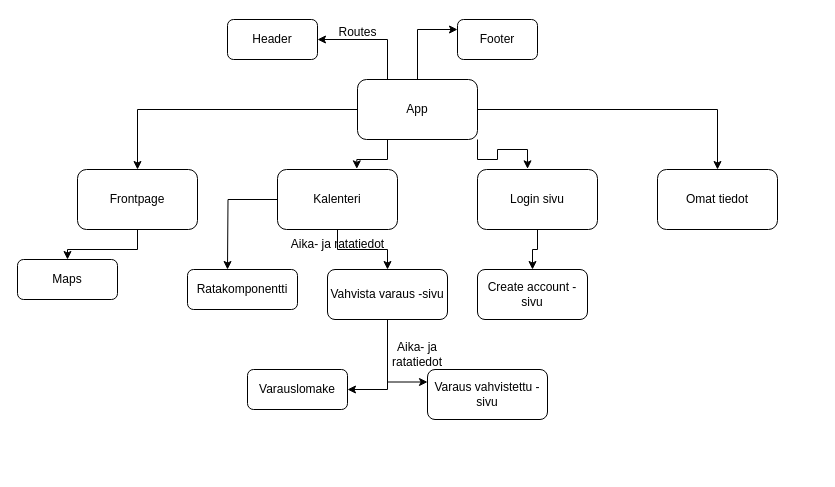
Earlier version of the draw.io diagram component-hierarchy.drawio (SauliHa/Reservation-system). Source tidied: cells renumbered, new cells numbered last; positions are measured from the earlier drawing's top-left corner, leaving out a move shared by most shapes. Both pictures are drawn from the tidied source at 100%, with x=0, y=0 at pixel (17, 17).
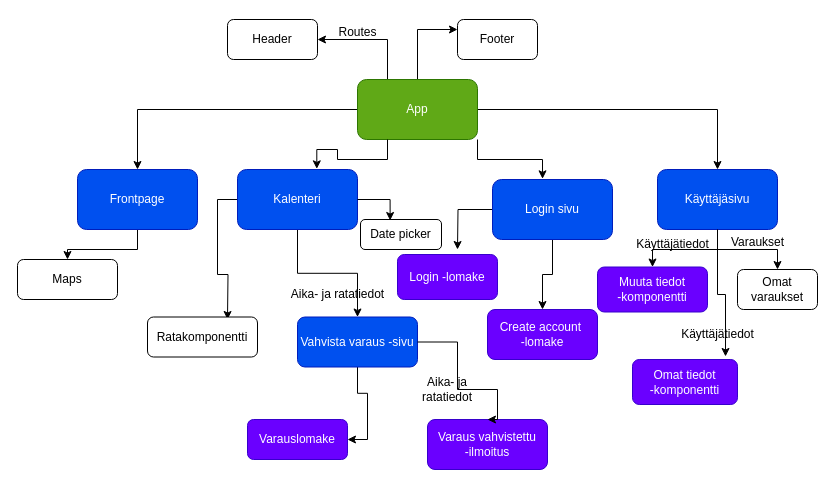
The same page after the edit.

Diff of the diagram source:
```diff
@@
-    <mxCell id="6" value="App" style="rounded=1;whiteSpace=wrap;html=1;" parent="1" vertex="1">
+    <mxCell id="6" value="App" style="rounded=1;whiteSpace=wrap;html=1;fillColor=#60a917;fontColor=#ffffff;strokeColor=#2D7600;" parent="1" vertex="1">
       <mxGeometry x="340" y="62" width="120" height="60" as="geometry" />
     </mxCell>
@@
-    <mxCell id="8" value="Frontpage" style="rounded=1;whiteSpace=wrap;html=1;" parent="1" vertex="1">
+    <mxCell id="8" value="Frontpage" style="rounded=1;whiteSpace=wrap;html=1;fillColor=#0050ef;fontColor=#ffffff;strokeColor=#001DBC;" parent="1" vertex="1">
       <mxGeometry x="60" y="152" width="120" height="60" as="geometry" />
     </mxCell>
@@
     <mxCell id="10" style="edgeStyle=orthogonalEdgeStyle;rounded=0;jettySize=auto;html=1;" parent="1" edge="1" source="11">
       <mxGeometry relative="1" as="geometry">
-        <mxPoint x="210" y="252" as="targetPoint" />
+        <mxPoint x="210" y="302" as="targetPoint" />
       </mxGeometry>
     </mxCell>
-    <mxCell id="11" value="Kalenteri" style="rounded=1;whiteSpace=wrap;html=1;" parent="1" vertex="1">
-      <mxGeometry x="260" y="152" width="120" height="60" as="geometry" />
+    <mxCell id="11" value="Kalenteri" style="rounded=1;whiteSpace=wrap;html=1;fillColor=#0050ef;fontColor=#ffffff;strokeColor=#001DBC;" parent="1" vertex="1">
+      <mxGeometry x="220" y="152" width="120" height="60" as="geometry" />
     </mxCell>
@@
+    <mxCell id="30" style="edgeStyle=orthogonalEdgeStyle;rounded=0;jettySize=auto;html=1;" parent="1" edge="1" source="13">
+      <mxGeometry relative="1" as="geometry">
+        <mxPoint x="440" y="232" as="targetPoint" />
+      </mxGeometry>
+    </mxCell>
-    <mxCell id="13" value="Login sivu" style="rounded=1;whiteSpace=wrap;html=1;" parent="1" vertex="1">
-      <mxGeometry x="460" y="152" width="120" height="60" as="geometry" />
+    <mxCell id="13" value="Login sivu" style="rounded=1;whiteSpace=wrap;html=1;fillColor=#0050ef;fontColor=#ffffff;strokeColor=#001DBC;" parent="1" vertex="1">
+      <mxGeometry x="475" y="162" width="120" height="60" as="geometry" />
     </mxCell>
+    <mxCell id="31" style="edgeStyle=orthogonalEdgeStyle;rounded=0;jettySize=auto;html=1;" parent="1" edge="1" source="14" target="33">
+      <mxGeometry relative="1" as="geometry" />
+    </mxCell>
+    <mxCell id="32" style="edgeStyle=orthogonalEdgeStyle;rounded=0;jettySize=auto;html=1;" parent="1" edge="1" source="14" target="34">
+      <mxGeometry relative="1" as="geometry" />
+    </mxCell>
-    <mxCell id="14" value="Omat tiedot" style="rounded=1;whiteSpace=wrap;html=1;" parent="1" vertex="1">
+    <mxCell id="14" value="Käyttäjäsivu" style="rounded=1;whiteSpace=wrap;html=1;fillColor=#0050ef;fontColor=#ffffff;strokeColor=#001DBC;" parent="1" vertex="1">
       <mxGeometry x="640" y="152" width="120" height="60" as="geometry" />
     </mxCell>
@@
-    <mxCell id="22" style="edgeStyle=orthogonalEdgeStyle;rounded=0;jettySize=auto;html=1;entryX=0;entryY=0.25;entryDx=0;entryDy=0;" parent="1" edge="1" source="23" target="27">
-      <mxGeometry relative="1" as="geometry" />
-    </mxCell>
-    <mxCell id="23" value="Vahvista varaus -sivu" style="rounded=1;whiteSpace=wrap;html=1;" parent="1" vertex="1">
-      <mxGeometry x="310" y="252" width="120" height="50" as="geometry" />
+    <mxCell id="23" value="Vahvista varaus -sivu" style="rounded=1;whiteSpace=wrap;html=1;fillColor=#0050ef;fontColor=#ffffff;strokeColor=#001DBC;" parent="1" vertex="1">
+      <mxGeometry x="280" y="299.5" width="120" height="50" as="geometry" />
     </mxCell>
     <mxCell id="24" value="Aika- ja ratatiedot" style="text;html=1;align=center;verticalAlign=middle;strokeColor=none;fillColor=none;" parent="1" vertex="1">
-      <mxGeometry x="260" y="212" width="120" height="30" as="geometry" />
+      <mxGeometry x="260" y="262" width="120" height="30" as="geometry" />
     </mxCell>
     <mxCell id="25" value="Ratakomponentti" style="rounded=1;whiteSpace=wrap;html=1;" parent="1" vertex="1">
-      <mxGeometry x="170" y="252" width="110" height="40" as="geometry" />
+      <mxGeometry x="130" y="299.5" width="110" height="40" as="geometry" />
     </mxCell>
-    <mxCell id="26" value="Varauslomake" style="rounded=1;whiteSpace=wrap;html=1;" parent="1" vertex="1">
-      <mxGeometry x="230" y="352" width="100" height="40" as="geometry" />
+    <mxCell id="26" value="Varauslomake" style="rounded=1;whiteSpace=wrap;html=1;fillColor=#6a00ff;fontColor=#ffffff;strokeColor=#3700CC;" parent="1" vertex="1">
+      <mxGeometry x="230" y="402" width="100" height="40" as="geometry" />
     </mxCell>
-    <mxCell id="27" value="Varaus vahvistettu -sivu" style="rounded=1;whiteSpace=wrap;html=1;" parent="1" vertex="1">
-      <mxGeometry x="410" y="352" width="120" height="50" as="geometry" />
+    <mxCell id="27" value="Varaus vahvistettu&lt;br&gt;-ilmoitus" style="rounded=1;whiteSpace=wrap;html=1;fillColor=#6a00ff;fontColor=#ffffff;strokeColor=#3700CC;" parent="1" vertex="1">
+      <mxGeometry x="410" y="402" width="120" height="50" as="geometry" />
     </mxCell>
+    <mxCell id="29" value="Create account&amp;nbsp;&lt;br&gt;-lomake" style="rounded=1;whiteSpace=wrap;html=1;fillColor=#6a00ff;fontColor=#ffffff;strokeColor=#3700CC;" parent="1" vertex="1">
+      <mxGeometry x="470" y="292" width="110" height="50" as="geometry" />
+    </mxCell>
+    <mxCell id="33" value="Muuta tiedot&lt;div&gt;-komponentti&lt;/div&gt;" style="rounded=1;whiteSpace=wrap;html=1;fillColor=#6a00ff;fontColor=#ffffff;strokeColor=#3700CC;" parent="1" vertex="1">
+      <mxGeometry x="580" y="249.5" width="110" height="45" as="geometry" />
+    </mxCell>
+    <mxCell id="34" value="Omat varaukset" style="rounded=1;whiteSpace=wrap;html=1;" parent="1" vertex="1">
+      <mxGeometry x="720" y="252" width="80" height="40" as="geometry" />
+    </mxCell>
+    <mxCell id="35" value="Omat tiedot&lt;div&gt;-komponentti&lt;/div&gt;" style="rounded=1;whiteSpace=wrap;html=1;fillColor=#6a00ff;fontColor=#ffffff;strokeColor=#3700CC;" parent="1" vertex="1">
+      <mxGeometry x="615" y="342" width="105" height="45" as="geometry" />
+    </mxCell>
+    <mxCell id="36" style="edgeStyle=orthogonalEdgeStyle;rounded=0;jettySize=auto;html=1;entryX=0.886;entryY=-0.067;entryDx=0;entryDy=0;entryPerimeter=0;" parent="1" edge="1" source="14" target="35">
+      <mxGeometry relative="1" as="geometry" />
+    </mxCell>
+    <mxCell id="37" value="Käyttäjätiedot" style="text;html=1;align=center;verticalAlign=middle;strokeColor=none;fillColor=none;" parent="1" vertex="1">
+      <mxGeometry x="605" y="212" width="100" height="30" as="geometry" />
+    </mxCell>
+    <mxCell id="38" value="Käyttäjätiedot" style="text;html=1;align=center;verticalAlign=middle;strokeColor=none;fillColor=none;" parent="1" vertex="1">
+      <mxGeometry x="650" y="302" width="100" height="30" as="geometry" />
+    </mxCell>
+    <mxCell id="39" value="Varaukset" style="text;html=1;align=center;verticalAlign=middle;strokeColor=none;fillColor=none;" parent="1" vertex="1">
+      <mxGeometry x="700" y="210" width="80" height="30" as="geometry" />
+    </mxCell>
+    <mxCell id="40" value="Login -lomake" style="rounded=1;whiteSpace=wrap;html=1;fillColor=#6a00ff;fontColor=#ffffff;strokeColor=#3700CC;" parent="1" vertex="1">
+      <mxGeometry x="380" y="237" width="100" height="45" as="geometry" />
+    </mxCell>
+    <mxCell id="22" style="edgeStyle=orthogonalEdgeStyle;rounded=0;jettySize=auto;html=1;entryX=0.5;entryY=0;entryDx=0;entryDy=0;" parent="1" edge="1" source="23" target="27">
+      <mxGeometry relative="1" as="geometry">
+        <Array as="points">
+          <mxPoint x="440" y="325" />
+          <mxPoint x="440" y="372" />
+          <mxPoint x="480" y="372" />
+          <mxPoint x="480" y="402" />
+        </Array>
+      </mxGeometry>
+    </mxCell>
     <mxCell id="28" value="Aika- ja ratatiedot" style="text;html=1;align=center;verticalAlign=middle;whiteSpace=wrap;rounded=0;" parent="1" vertex="1">
-      <mxGeometry x="370" y="322" width="60" height="30" as="geometry" />
+      <mxGeometry x="400" y="357" width="60" height="30" as="geometry" />
     </mxCell>
-    <mxCell id="29" value="Create account -sivu" style="rounded=1;whiteSpace=wrap;html=1;" parent="1" vertex="1">
-      <mxGeometry x="460" y="252" width="110" height="50" as="geometry" />
-    </mxCell>
+    <mxCell id="41" value="Date picker" style="rounded=1;whiteSpace=wrap;html=1;" parent="1" vertex="1">
+      <mxGeometry x="343" y="202" width="81" height="30" as="geometry" />
+    </mxCell>
+    <mxCell id="42" style="edgeStyle=orthogonalEdgeStyle;rounded=0;jettySize=auto;html=1;entryX=0.366;entryY=0.033;entryDx=0;entryDy=0;entryPerimeter=0;" parent="1" edge="1" source="11" target="41">
+      <mxGeometry relative="1" as="geometry" />
+    </mxCell>
```
